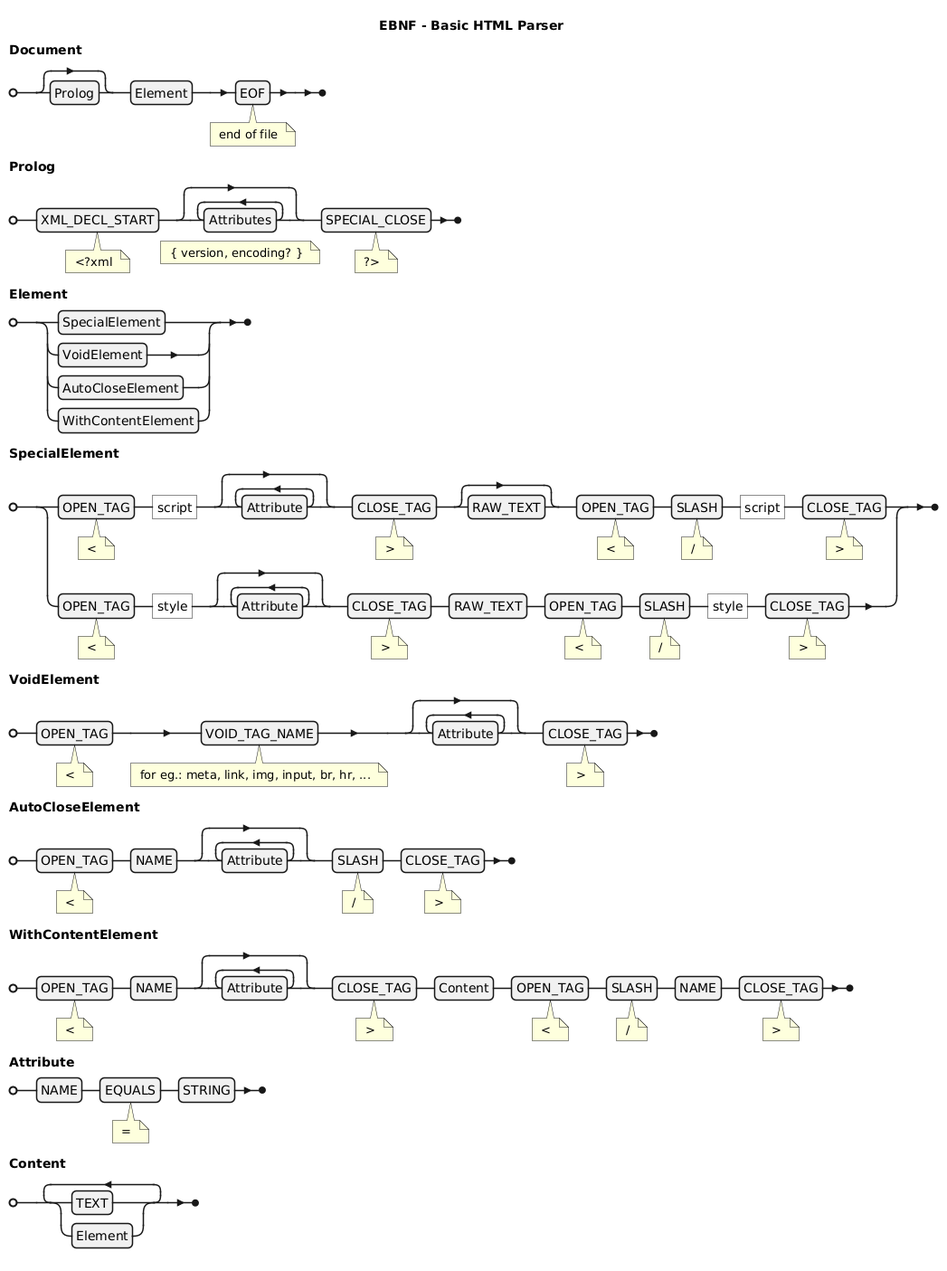
Before: implementations/ts-parser-xml/assets/images/parser-html.png, a diagram exported from PlantUML (erkobridee/ds-ast). Its diagram source:
```plantuml
@startebnf
title EBNF - Basic HTML Parser


Document = [ Prolog ] , Element , EOF (* end of file *) ;

Prolog = XML_DECL_START (* <?xml *) , { Attributes } (* { version, encoding? } *) , SPECIAL_CLOSE (* ?> *) ;


Element = SpecialElement | VoidElement | AutoCloseElement | WithContentElement ;


SpecialElement = (
    OPEN_TAG (* < *) , "script" , { Attribute } , CLOSE_TAG (* > *) , [ RAW_TEXT ] , OPEN_TAG (* < *) , SLASH (* / *) , "script" , CLOSE_TAG (* > *) |
    OPEN_TAG (* < *) , "style" , { Attribute } , CLOSE_TAG (* > *) , RAW_TEXT , OPEN_TAG (* < *) , SLASH (* / *) , "style" , CLOSE_TAG (* > *)
  )
  ;

VoidElement = (
    OPEN_TAG (* < *) , VOID_TAG_NAME (* for eg.: meta, link, img, input, br, hr, ... *) , { Attribute } , CLOSE_TAG (* > *)
  )
  ;

AutoCloseElement = (
    OPEN_TAG (* < *) , NAME , { Attribute } , SLASH (* / *) , CLOSE_TAG (* > *)
  )
  ;

WithContentElement = (
    OPEN_TAG (* < *) , NAME , { Attribute } , CLOSE_TAG (* > *) , Content , OPEN_TAG (* < *) , SLASH (* / *) , NAME , CLOSE_TAG (* > *)
  )
  ;


Attribute = NAME , EQUALS (* = *) , STRING ;

Content = { (
    TEXT |
    Element
  ) }-
  ;

@endebnf
```
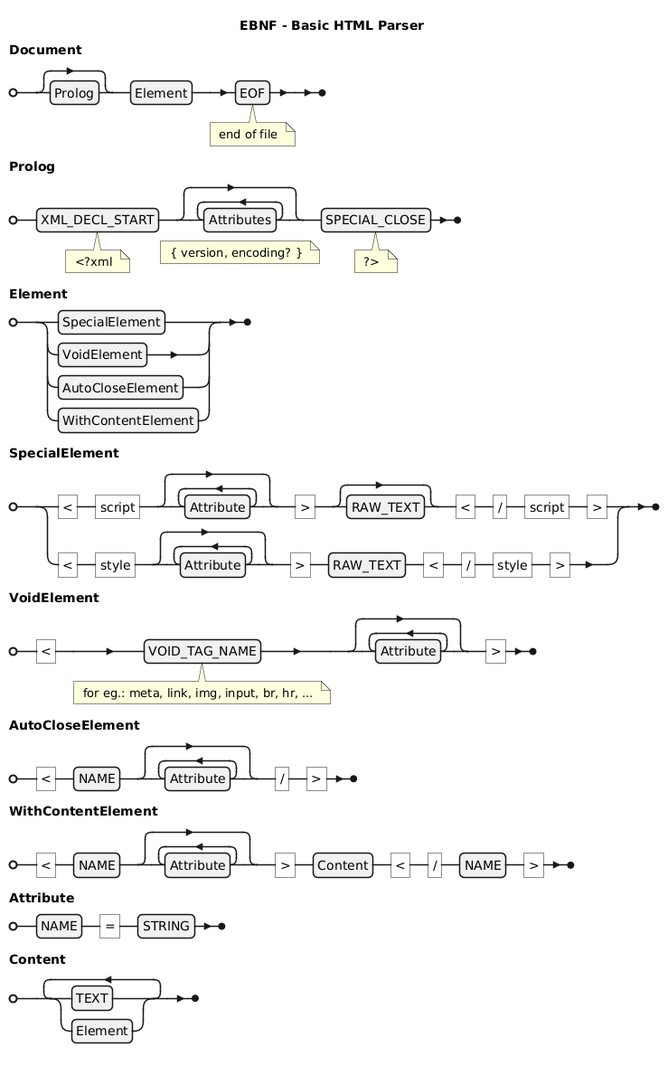
After the change.

Commit message:
update( ts-parser-xml): docs

What changed in the source:
```diff
@@ -11,28 +11,28 @@
 
 
 SpecialElement = (
-    OPEN_TAG (* < *) , "script" , { Attribute } , CLOSE_TAG (* > *) , [ RAW_TEXT ] , OPEN_TAG (* < *) , SLASH (* / *) , "script" , CLOSE_TAG (* > *) |
-    OPEN_TAG (* < *) , "style" , { Attribute } , CLOSE_TAG (* > *) , RAW_TEXT , OPEN_TAG (* < *) , SLASH (* / *) , "style" , CLOSE_TAG (* > *)
+    "<" , "script" , { Attribute } , ">" , [ RAW_TEXT ] , "<" , "/" , "script" , ">" |
+    "<" , "style" , { Attribute } , ">" , RAW_TEXT , "<" , "/" , "style" , ">"
   )
   ;
 
 VoidElement = (
-    OPEN_TAG (* < *) , VOID_TAG_NAME (* for eg.: meta, link, img, input, br, hr, ... *) , { Attribute } , CLOSE_TAG (* > *)
+    "<" , VOID_TAG_NAME (* for eg.: meta, link, img, input, br, hr, ... *) , { Attribute } , ">"
   )
   ;
 
 AutoCloseElement = (
-    OPEN_TAG (* < *) , NAME , { Attribute } , SLASH (* / *) , CLOSE_TAG (* > *)
+    "<" , NAME , { Attribute } , "/" , ">"
   )
   ;
 
 WithContentElement = (
-    OPEN_TAG (* < *) , NAME , { Attribute } , CLOSE_TAG (* > *) , Content , OPEN_TAG (* < *) , SLASH (* / *) , NAME , CLOSE_TAG (* > *)
+    "<" , NAME , { Attribute } , ">" , Content , "<" , "/" , NAME , ">"
   )
   ;
 
 
-Attribute = NAME , EQUALS (* = *) , STRING ;
+Attribute = NAME , "=" , STRING ;
 
 Content = { (
     TEXT |
```
